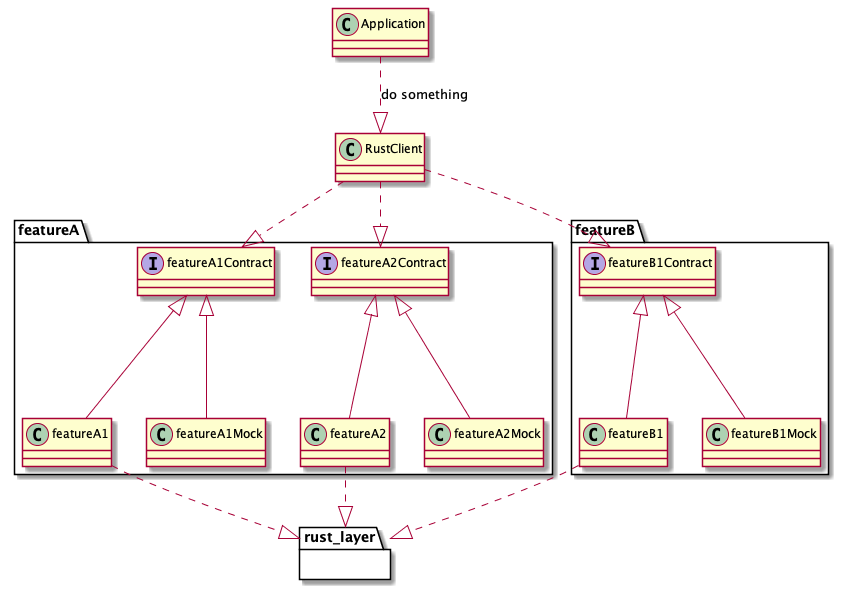
cryptoeconomicslab/plasma-android-sdk keeps this PlantUML diagram as assets/uml/architecute_sample.png. Above is the earlier version.
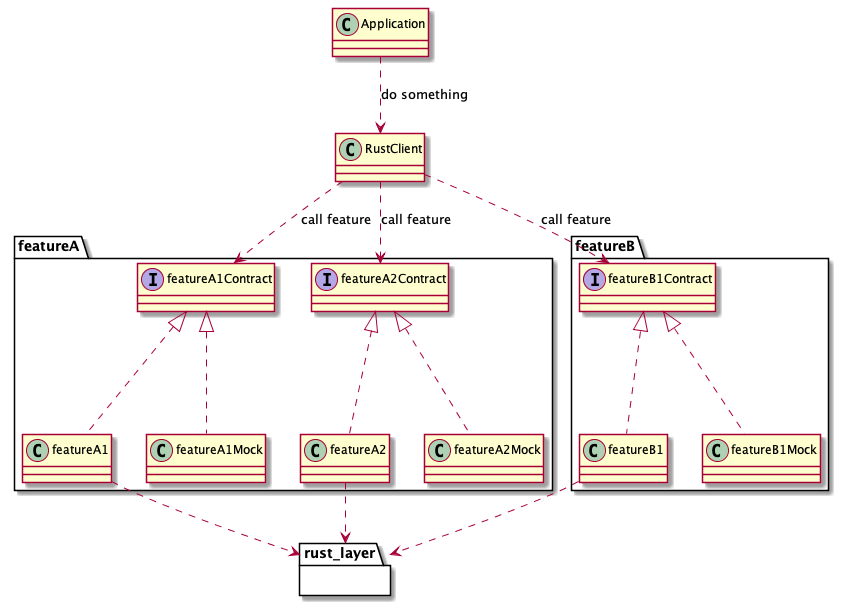
After the commit.

Commit message:
[Fix] change realization to dependency in uml

Diff of the diagram source:
```diff
@@ -2,29 +2,29 @@
 package "featureA" {
   interface featureA1Contract
   interface featureA2Contract
-  featureA1Contract <|-- featureA1
-  featureA1Contract <|-- featureA1Mock
-  featureA2Contract <|-- featureA2
-  featureA2Contract <|-- featureA2Mock
-  featureA1 ..|> rust_layer
-  featureA2 ..|> rust_layer
+  featureA1Contract <|.. featureA1
+  featureA1Contract <|.. featureA1Mock
+  featureA2Contract <|.. featureA2
+  featureA2Contract <|.. featureA2Mock
+  featureA1 ..> rust_layer
+  featureA2 ..> rust_layer
 }
 
 package "featureB" {
   interface featureB1Contract
-  featureB1Contract <|-- featureB1
-  featureB1Contract <|-- featureB1Mock
-  featureB1 ..|> rust_layer
+  featureB1Contract <|.. featureB1
+  featureB1Contract <|.. featureB1Mock
+  featureB1 ..> rust_layer
 }
 
 package rust_layer {
 
 }
 
-Application ..|> RustClient : do something
-RustClient ..|> featureA1Contract
-RustClient ..|> featureA2Contract
-RustClient ..|> featureB1Contract
+Application ..> RustClient : do something
+RustClient ..> featureA1Contract : call feature
+RustClient ..> featureA2Contract : call feature
+RustClient ..> featureB1Contract : call feature
 
 
 @enduml
```
